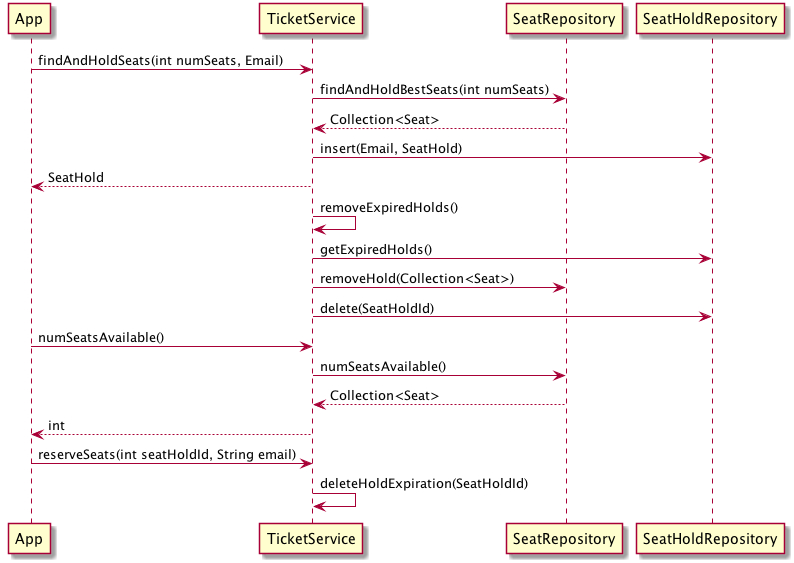
The PlantUML diagram seqeuence.png in jonb226/ticket-challenge, before a commit.
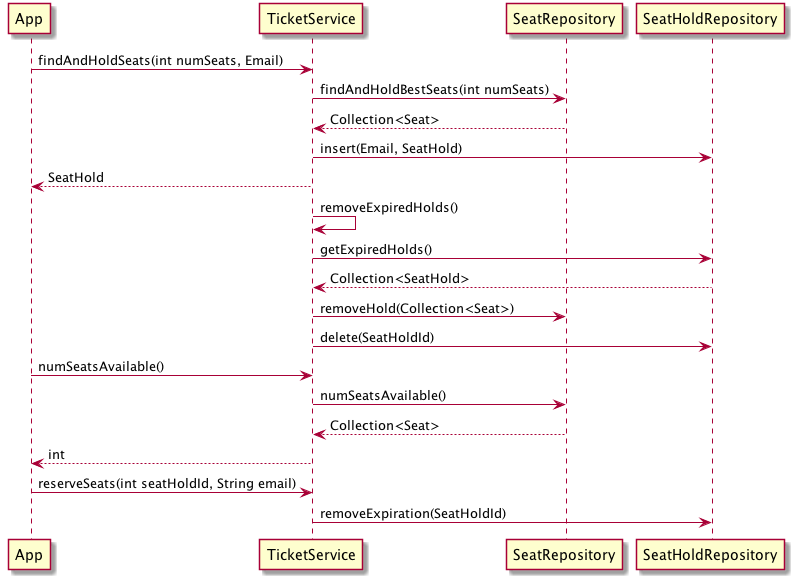
Above is the later version.

What changed in the source:
```diff
@@ -6,6 +6,7 @@
 TicketService --> App: SeatHold
 TicketService -> TicketService: removeExpiredHolds()
 TicketService -> SeatHoldRepository: getExpiredHolds()
+SeatHoldRepository --> TicketService: Collection<SeatHold>
 TicketService -> SeatRepository: removeHold(Collection<Seat>)
 TicketService -> SeatHoldRepository: delete(SeatHoldId)
 App -> TicketService: numSeatsAvailable()
@@ -13,5 +14,5 @@
 SeatRepository --> TicketService: Collection<Seat>
 TicketService --> App: int
 App -> TicketService: reserveSeats(int seatHoldId, String email)
-TicketService -> TicketService: deleteHoldExpiration(SeatHoldId)
+TicketService -> SeatHoldRepository: removeExpiration(SeatHoldId)
 @enduml
```
